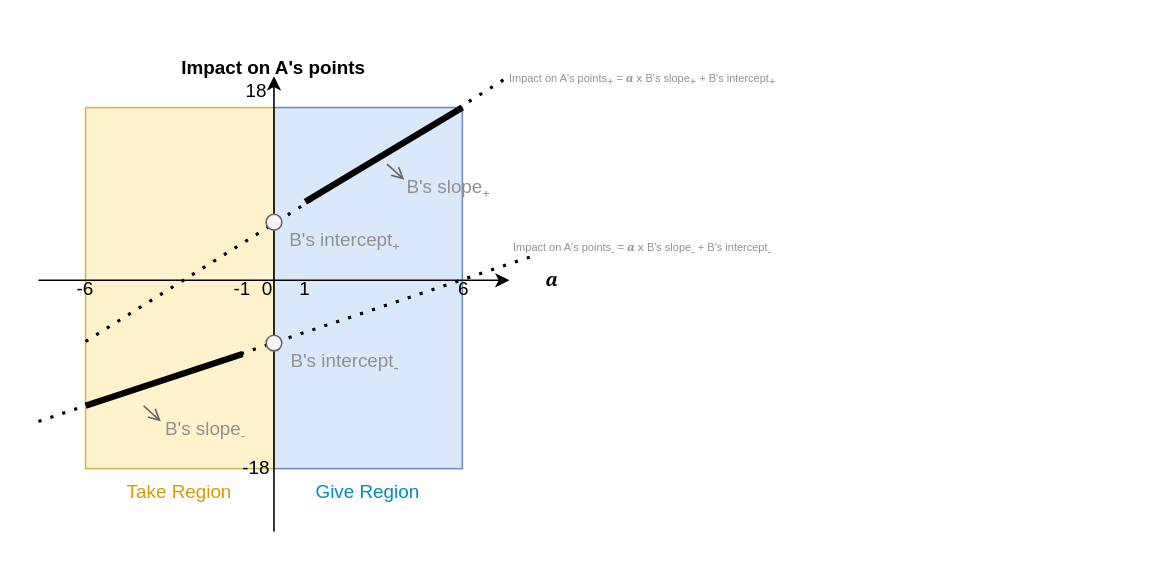
Above: polarization_changeIntercept Diagram.drawio in changgge/changgge (draw.io), before the change. Source tidied: cells renumbered, new cells numbered last; positions are measured from the earlier drawing's top-left corner, leaving out a move shared by most shapes. Both pictures are drawn from the tidied source at 157%, with x=0, y=0 at pixel (38, 44).
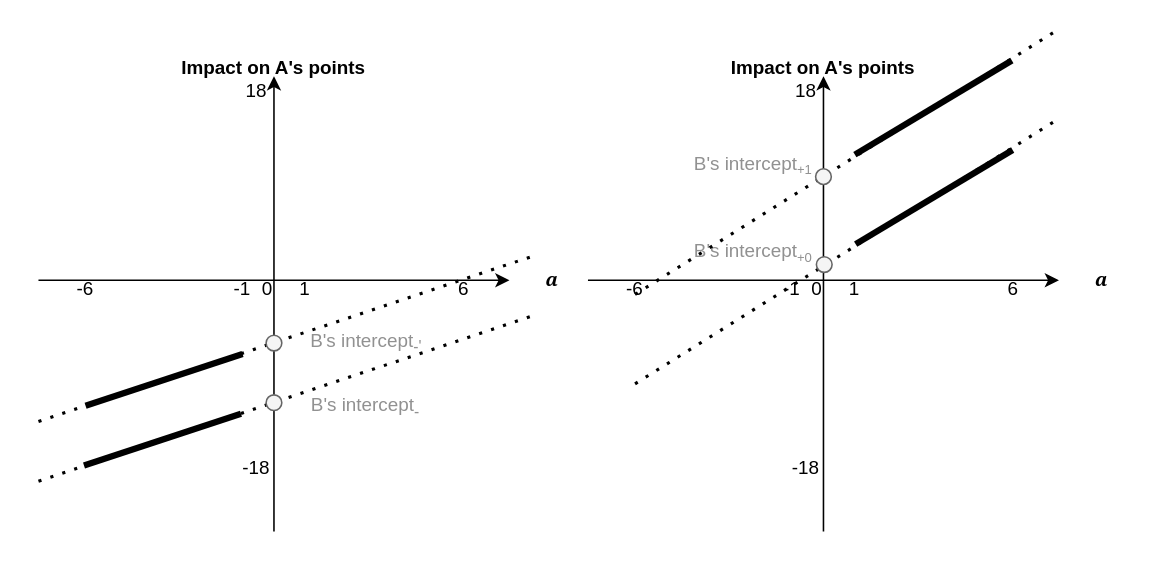
After the change.

Unchanged cells that the change refers to:
```xml
<mxCell id="7" value="&lt;b&gt;&lt;i&gt;&lt;font face=&quot;Georgia&quot;&gt;a&lt;/font&gt;&lt;/i&gt;&lt;/b&gt;" style="text;html=1;align=center;verticalAlign=middle;whiteSpace=wrap;rounded=0;" parent="1" vertex="1">
  <mxGeometry x="300" y="135" width="55" height="30" as="geometry" />
</mxCell>
```

What changed in the source:
```diff
@@
-    <mxCell id="2" style="rounded=0;whiteSpace=wrap;html=1;fillColor=#dae8fc;strokeColor=#6c8ebf;" parent="1" vertex="1">
-      <mxGeometry x="150" y="40" width="120" height="230" as="geometry" />
-    </mxCell>
-    <mxCell id="3" style="rounded=0;whiteSpace=wrap;html=1;fillColor=#fff2cc;strokeColor=#d6b656;" parent="1" vertex="1">
-      <mxGeometry x="30" y="40" width="120" height="230" as="geometry" />
-    </mxCell>
@@
-    <mxCell id="14" style="endArrow=none;html=1;rounded=0;strokeWidth=4;" parent="1" edge="1">
-      <mxGeometry relative="1" as="geometry">
-        <mxPoint x="170" y="100" as="sourcePoint" />
-        <mxPoint x="270" y="40" as="targetPoint" />
-      </mxGeometry>
-    </mxCell>
-    <mxCell id="15" style="endArrow=none;dashed=1;html=1;dashPattern=1 3;strokeWidth=2;rounded=0;" parent="1" edge="1">
-      <mxGeometry relative="1" as="geometry">
-        <mxPoint x="30" y="189" as="sourcePoint" />
-        <mxPoint x="300" y="20" as="targetPoint" />
-      </mxGeometry>
-    </mxCell>
-    <mxCell id="16" style="endArrow=none;dashed=1;html=1;dashPattern=1 3;strokeWidth=2;rounded=0;entryX=0.25;entryY=0;entryDx=0;entryDy=0;" parent="1" edge="1" target="7">
+    <mxCell id="16" style="endArrow=none;dashed=1;html=1;dashPattern=1 3;strokeWidth=2;rounded=0;entryX=0.25;entryY=0;entryDx=0;entryDy=0;" parent="1" edge="1">
       <mxGeometry relative="1" as="geometry">
-        <mxPoint y="240" as="sourcePoint" />
+        <mxPoint y="278" as="sourcePoint" />
+        <mxPoint x="313.8" y="173" as="targetPoint" />
       </mxGeometry>
     </mxCell>
@@
     <mxCell id="19" style="ellipse;whiteSpace=wrap;html=1;fillColor=#f5f5f5;strokeColor=#666666;fontColor=#333333;" parent="1" vertex="1">
-      <mxGeometry x="145" y="185" width="10" height="10" as="geometry" />
+      <mxGeometry x="145" y="223" width="10" height="10" as="geometry" />
     </mxCell>
-    <mxCell id="20" style="ellipse;whiteSpace=wrap;html=1;fillColor=#f5f5f5;strokeColor=#666666;fontColor=#333333;" parent="1" vertex="1">
-      <mxGeometry x="145" y="108" width="10" height="10" as="geometry" />
-    </mxCell>
     <mxCell id="21" value="B's intercept&lt;sub&gt;-&lt;/sub&gt;" style="text;html=1;align=center;verticalAlign=middle;whiteSpace=wrap;rounded=0;fontColor=#919191;" parent="1" vertex="1">
-      <mxGeometry x="158" y="195" width="75" height="15" as="geometry" />
+      <mxGeometry x="165.5" y="223" width="84.5" height="15" as="geometry" />
     </mxCell>
-    <mxCell id="22" value="B's intercept&lt;font size=&quot;1&quot;&gt;&lt;sub&gt;+&lt;/sub&gt;&lt;/font&gt;" style="text;html=1;align=center;verticalAlign=middle;whiteSpace=wrap;rounded=0;fontColor=#919191;" parent="1" vertex="1">
-      <mxGeometry x="156" y="114" width="79" height="21" as="geometry" />
-    </mxCell>
-    <mxCell id="23" style="endArrow=open;html=1;rounded=0;fillColor=#f5f5f5;strokeColor=#666666;endFill=0;" parent="1" edge="1">
-      <mxGeometry relative="1" as="geometry">
-        <mxPoint x="222" y="76" as="sourcePoint" />
-        <mxPoint x="233" y="86" as="targetPoint" />
-      </mxGeometry>
-    </mxCell>
-    <mxCell id="24" value="B's slope&lt;font size=&quot;1&quot;&gt;&lt;sub&gt;+&lt;/sub&gt;&lt;/font&gt;" style="text;html=1;align=center;verticalAlign=middle;whiteSpace=wrap;rounded=0;fontColor=#919191;" parent="1" vertex="1">
-      <mxGeometry x="232" y="86" width="59" height="10" as="geometry" />
-    </mxCell>
-    <mxCell id="25" style="endArrow=open;html=1;rounded=0;fillColor=#f5f5f5;strokeColor=#666666;endFill=0;" parent="1" edge="1">
-      <mxGeometry relative="1" as="geometry">
-        <mxPoint x="67" y="230" as="sourcePoint" />
-        <mxPoint x="78" y="240" as="targetPoint" />
-      </mxGeometry>
-    </mxCell>
-    <mxCell id="26" value="B's slope&lt;span style=&quot;font-size: 9px;&quot;&gt;&lt;sub&gt;-&lt;/sub&gt;&lt;/span&gt;" style="text;html=1;align=center;verticalAlign=middle;whiteSpace=wrap;rounded=0;fontColor=#919191;" parent="1" vertex="1">
-      <mxGeometry x="77" y="240" width="59" height="10" as="geometry" />
-    </mxCell>
-    <mxCell id="27" value="Take Region" style="text;html=1;align=center;verticalAlign=middle;whiteSpace=wrap;rounded=0;fillColor=none;strokeColor=none;fontColor=#d29d00;" parent="1" vertex="1">
-      <mxGeometry x="30" y="270" width="120" height="30" as="geometry" />
-    </mxCell>
-    <mxCell id="28" value="Give Region" style="text;html=1;align=center;verticalAlign=middle;whiteSpace=wrap;rounded=0;fillColor=none;strokeColor=none;fontColor=#008cb4;" parent="1" vertex="1">
-      <mxGeometry x="150" y="270" width="120" height="30" as="geometry" />
-    </mxCell>
-    <mxCell id="29" value="Impact on A's points&lt;sub style=&quot;font-size: 7px;&quot;&gt;+&lt;/sub&gt; =&amp;nbsp;&lt;span style=&quot;caret-color: rgb(0, 0, 0); font-size: 7px;&quot;&gt;&lt;font style=&quot;font-weight: bold; font-style: italic; font-size: 7px;&quot; face=&quot;Georgia&quot;&gt;a &lt;/font&gt;&lt;font style=&quot;font-size: 7px;&quot; face=&quot;Verdana&quot;&gt;x&lt;/font&gt;&lt;font style=&quot;font-weight: bold; font-style: italic; font-size: 7px;&quot; face=&quot;Georgia&quot;&gt;&amp;nbsp;&lt;/font&gt;&lt;/span&gt;B's slope&lt;font style=&quot;font-size: 7px;&quot;&gt;&lt;sub style=&quot;font-size: 7px;&quot;&gt;+ &lt;/sub&gt;+&amp;nbsp;&lt;/font&gt;B's intercept&lt;font style=&quot;font-size: 7px;&quot;&gt;&lt;sub style=&quot;font-size: 7px;&quot;&gt;+&lt;/sub&gt;&lt;/font&gt;" style="text;html=1;align=center;verticalAlign=middle;whiteSpace=wrap;rounded=0;fontColor=#919191;fontSize=7;" parent="1" vertex="1">
-      <mxGeometry x="290" width="190" height="45" as="geometry" />
-    </mxCell>
-    <mxCell id="30" value="Impact on A's points&lt;sub style=&quot;font-size: 7px;&quot;&gt;-&lt;/sub&gt; =&amp;nbsp;&lt;span style=&quot;caret-color: rgb(0, 0, 0); font-size: 7px;&quot;&gt;&lt;font style=&quot;font-weight: bold; font-style: italic; font-size: 7px;&quot; face=&quot;Georgia&quot;&gt;a &lt;/font&gt;&lt;font style=&quot;font-size: 7px;&quot; face=&quot;Verdana&quot;&gt;x&lt;/font&gt;&lt;font style=&quot;font-weight: bold; font-style: italic; font-size: 7px;&quot; face=&quot;Georgia&quot;&gt;&amp;nbsp;&lt;/font&gt;&lt;/span&gt;B's slope&lt;font style=&quot;font-size: 7px;&quot;&gt;&lt;sub style=&quot;font-size: 7px;&quot;&gt;-&amp;nbsp;&lt;/sub&gt;+&amp;nbsp;&lt;/font&gt;B's intercept&lt;font style=&quot;font-size: 7px;&quot;&gt;&lt;sub style=&quot;font-size: 7px;&quot;&gt;-&lt;/sub&gt;&lt;/font&gt;" style="text;html=1;align=center;verticalAlign=middle;whiteSpace=wrap;rounded=0;fontColor=#919191;fontSize=7;" parent="1" vertex="1">
-      <mxGeometry x="290" y="108" width="190" height="45" as="geometry" />
-    </mxCell>
+    <mxCell id="31" style="endArrow=classic;html=1;rounded=0;" parent="1" edge="1" target="34">
+      <mxGeometry relative="1" as="geometry">
+        <mxPoint x="350" y="150" as="sourcePoint" />
+      </mxGeometry>
+    </mxCell>
+    <mxCell id="32" style="endArrow=classic;html=1;rounded=0;" parent="1" edge="1">
+      <mxGeometry relative="1" as="geometry">
+        <mxPoint x="500" y="310" as="sourcePoint" />
+        <mxPoint x="500" y="20" as="targetPoint" />
+      </mxGeometry>
+    </mxCell>
+    <mxCell id="33" value="Impact on A's points" style="text;html=1;align=center;verticalAlign=middle;whiteSpace=wrap;rounded=0;fontStyle=1;" parent="1" vertex="1">
+      <mxGeometry x="420" width="160" height="30" as="geometry" />
+    </mxCell>
+    <mxCell id="34" value="&lt;b&gt;&lt;i&gt;&lt;font face=&quot;Georgia&quot;&gt;a&lt;/font&gt;&lt;/i&gt;&lt;/b&gt;" style="text;html=1;align=center;verticalAlign=middle;whiteSpace=wrap;rounded=0;" parent="1" vertex="1">
+      <mxGeometry x="650" y="135" width="55" height="30" as="geometry" />
+    </mxCell>
+    <mxCell id="35" value="-6" style="text;html=1;align=center;verticalAlign=middle;whiteSpace=wrap;rounded=0;" parent="1" vertex="1">
+      <mxGeometry x="370" y="141" width="20" height="30" as="geometry" />
+    </mxCell>
+    <mxCell id="36" value="6" style="text;html=1;align=center;verticalAlign=middle;whiteSpace=wrap;rounded=0;" parent="1" vertex="1">
+      <mxGeometry x="611" y="141" width="20" height="30" as="geometry" />
+    </mxCell>
+    <mxCell id="37" value="-18" style="text;html=1;align=center;verticalAlign=middle;whiteSpace=wrap;rounded=0;" parent="1" vertex="1">
+      <mxGeometry x="479" y="255" width="20" height="30" as="geometry" />
+    </mxCell>
+    <mxCell id="38" value="18" style="text;html=1;align=center;verticalAlign=middle;whiteSpace=wrap;rounded=0;" parent="1" vertex="1">
+      <mxGeometry x="479" y="15" width="20" height="30" as="geometry" />
+    </mxCell>
+    <mxCell id="39" value="0" style="text;html=1;align=center;verticalAlign=middle;whiteSpace=wrap;rounded=0;" parent="1" vertex="1">
+      <mxGeometry x="486" y="141" width="20" height="30" as="geometry" />
+    </mxCell>
+    <mxCell id="40" style="endArrow=none;html=1;rounded=0;strokeWidth=4;" parent="1" edge="1">
+      <mxGeometry relative="1" as="geometry">
+        <mxPoint x="520" y="70" as="sourcePoint" />
+        <mxPoint x="620" y="10" as="targetPoint" />
+      </mxGeometry>
+    </mxCell>
+    <mxCell id="41" style="endArrow=none;dashed=1;html=1;dashPattern=1 3;strokeWidth=2;rounded=0;" parent="1" edge="1">
+      <mxGeometry relative="1" as="geometry">
+        <mxPoint x="380" y="216" as="sourcePoint" />
+        <mxPoint x="650" y="47" as="targetPoint" />
+      </mxGeometry>
+    </mxCell>
+    <mxCell id="42" value="1" style="text;html=1;align=center;verticalAlign=middle;whiteSpace=wrap;rounded=0;" parent="1" vertex="1">
+      <mxGeometry x="510" y="141" width="20" height="30" as="geometry" />
+    </mxCell>
+    <mxCell id="43" value="-1" style="text;html=1;align=center;verticalAlign=middle;whiteSpace=wrap;rounded=0;" parent="1" vertex="1">
+      <mxGeometry x="470" y="141" width="20" height="30" as="geometry" />
+    </mxCell>
+    <mxCell id="44" style="ellipse;whiteSpace=wrap;html=1;fillColor=#f5f5f5;strokeColor=#666666;fontColor=#333333;" parent="1" vertex="1">
+      <mxGeometry x="495.5" y="135" width="10" height="10" as="geometry" />
+    </mxCell>
+    <mxCell id="45" value="B's intercept&lt;font size=&quot;1&quot;&gt;&lt;sub&gt;+0&lt;/sub&gt;&lt;/font&gt;" style="text;html=1;align=center;verticalAlign=middle;whiteSpace=wrap;rounded=0;fontColor=#919191;" parent="1" vertex="1">
+      <mxGeometry x="415.5" y="119" width="79" height="26" as="geometry" />
+    </mxCell>
+    <mxCell id="46" style="endArrow=none;dashed=1;html=1;dashPattern=1 3;strokeWidth=2;rounded=0;entryX=0.25;entryY=0;entryDx=0;entryDy=0;" parent="1" edge="1">
+      <mxGeometry relative="1" as="geometry">
+        <mxPoint y="240" as="sourcePoint" />
+        <mxPoint x="313.8" y="135" as="targetPoint" />
+      </mxGeometry>
+    </mxCell>
+    <mxCell id="47" style="ellipse;whiteSpace=wrap;html=1;fillColor=#f5f5f5;strokeColor=#666666;fontColor=#333333;" parent="1" vertex="1">
+      <mxGeometry x="145" y="185" width="10" height="10" as="geometry" />
+    </mxCell>
+    <mxCell id="48" value="B's intercept&lt;sub&gt;-'&lt;/sub&gt;" style="text;html=1;align=center;verticalAlign=middle;whiteSpace=wrap;rounded=0;fontColor=#919191;" parent="1" vertex="1">
+      <mxGeometry x="156.5" y="182.5" width="104" height="15" as="geometry" />
+    </mxCell>
+    <mxCell id="49" style="endArrow=none;html=1;rounded=0;strokeWidth=4;" parent="1" edge="1">
+      <mxGeometry relative="1" as="geometry">
+        <mxPoint x="29" y="268" as="sourcePoint" />
+        <mxPoint x="129" y="235" as="targetPoint" />
+      </mxGeometry>
+    </mxCell>
+    <mxCell id="50" style="endArrow=none;html=1;rounded=0;strokeWidth=4;" parent="1" edge="1">
+      <mxGeometry relative="1" as="geometry">
+        <mxPoint x="520.5" y="127" as="sourcePoint" />
+        <mxPoint x="620.5" y="67" as="targetPoint" />
+      </mxGeometry>
+    </mxCell>
+    <mxCell id="51" style="endArrow=none;dashed=1;html=1;dashPattern=1 3;strokeWidth=2;rounded=0;" parent="1" edge="1">
+      <mxGeometry relative="1" as="geometry">
+        <mxPoint x="380" y="159" as="sourcePoint" />
+        <mxPoint x="650" y="-10" as="targetPoint" />
+      </mxGeometry>
+    </mxCell>
+    <mxCell id="52" style="ellipse;whiteSpace=wrap;html=1;fillColor=#f5f5f5;strokeColor=#666666;fontColor=#333333;" parent="1" vertex="1">
+      <mxGeometry x="495" y="79" width="10" height="10" as="geometry" />
+    </mxCell>
+    <mxCell id="53" value="B's intercept&lt;font size=&quot;1&quot;&gt;&lt;sub&gt;+1&lt;/sub&gt;&lt;/font&gt;" style="text;html=1;align=center;verticalAlign=middle;whiteSpace=wrap;rounded=0;fontColor=#919191;" parent="1" vertex="1">
+      <mxGeometry x="415.5" y="63" width="79" height="26" as="geometry" />
+    </mxCell>
```
